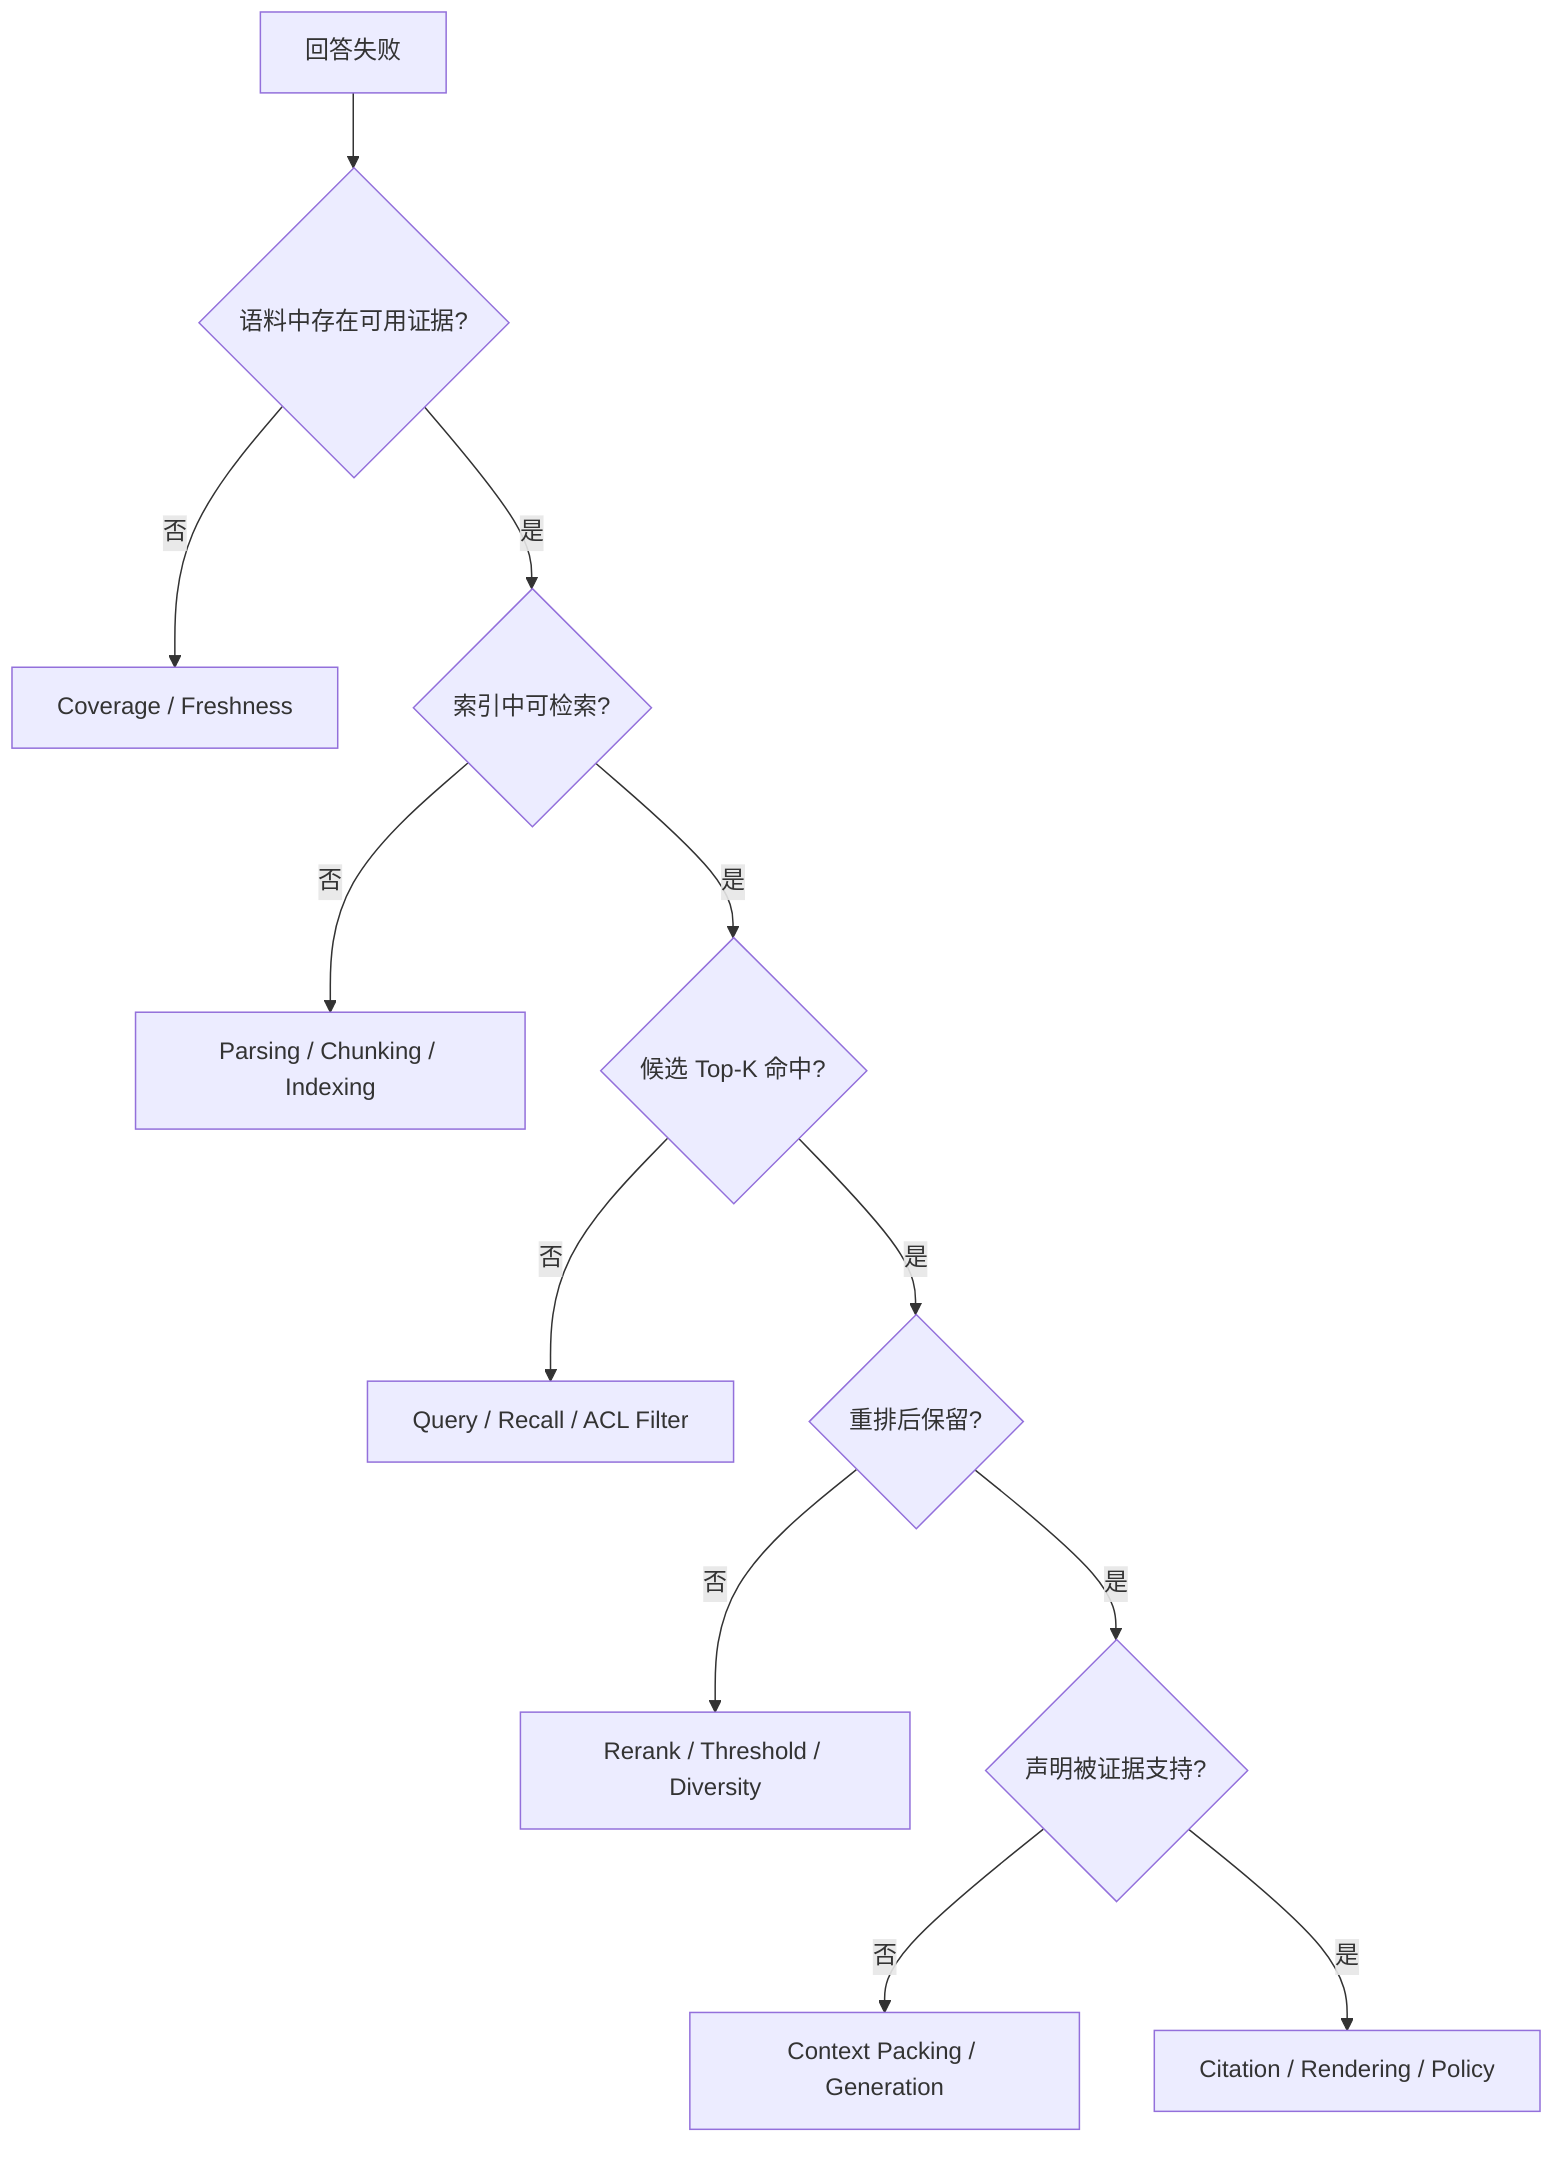
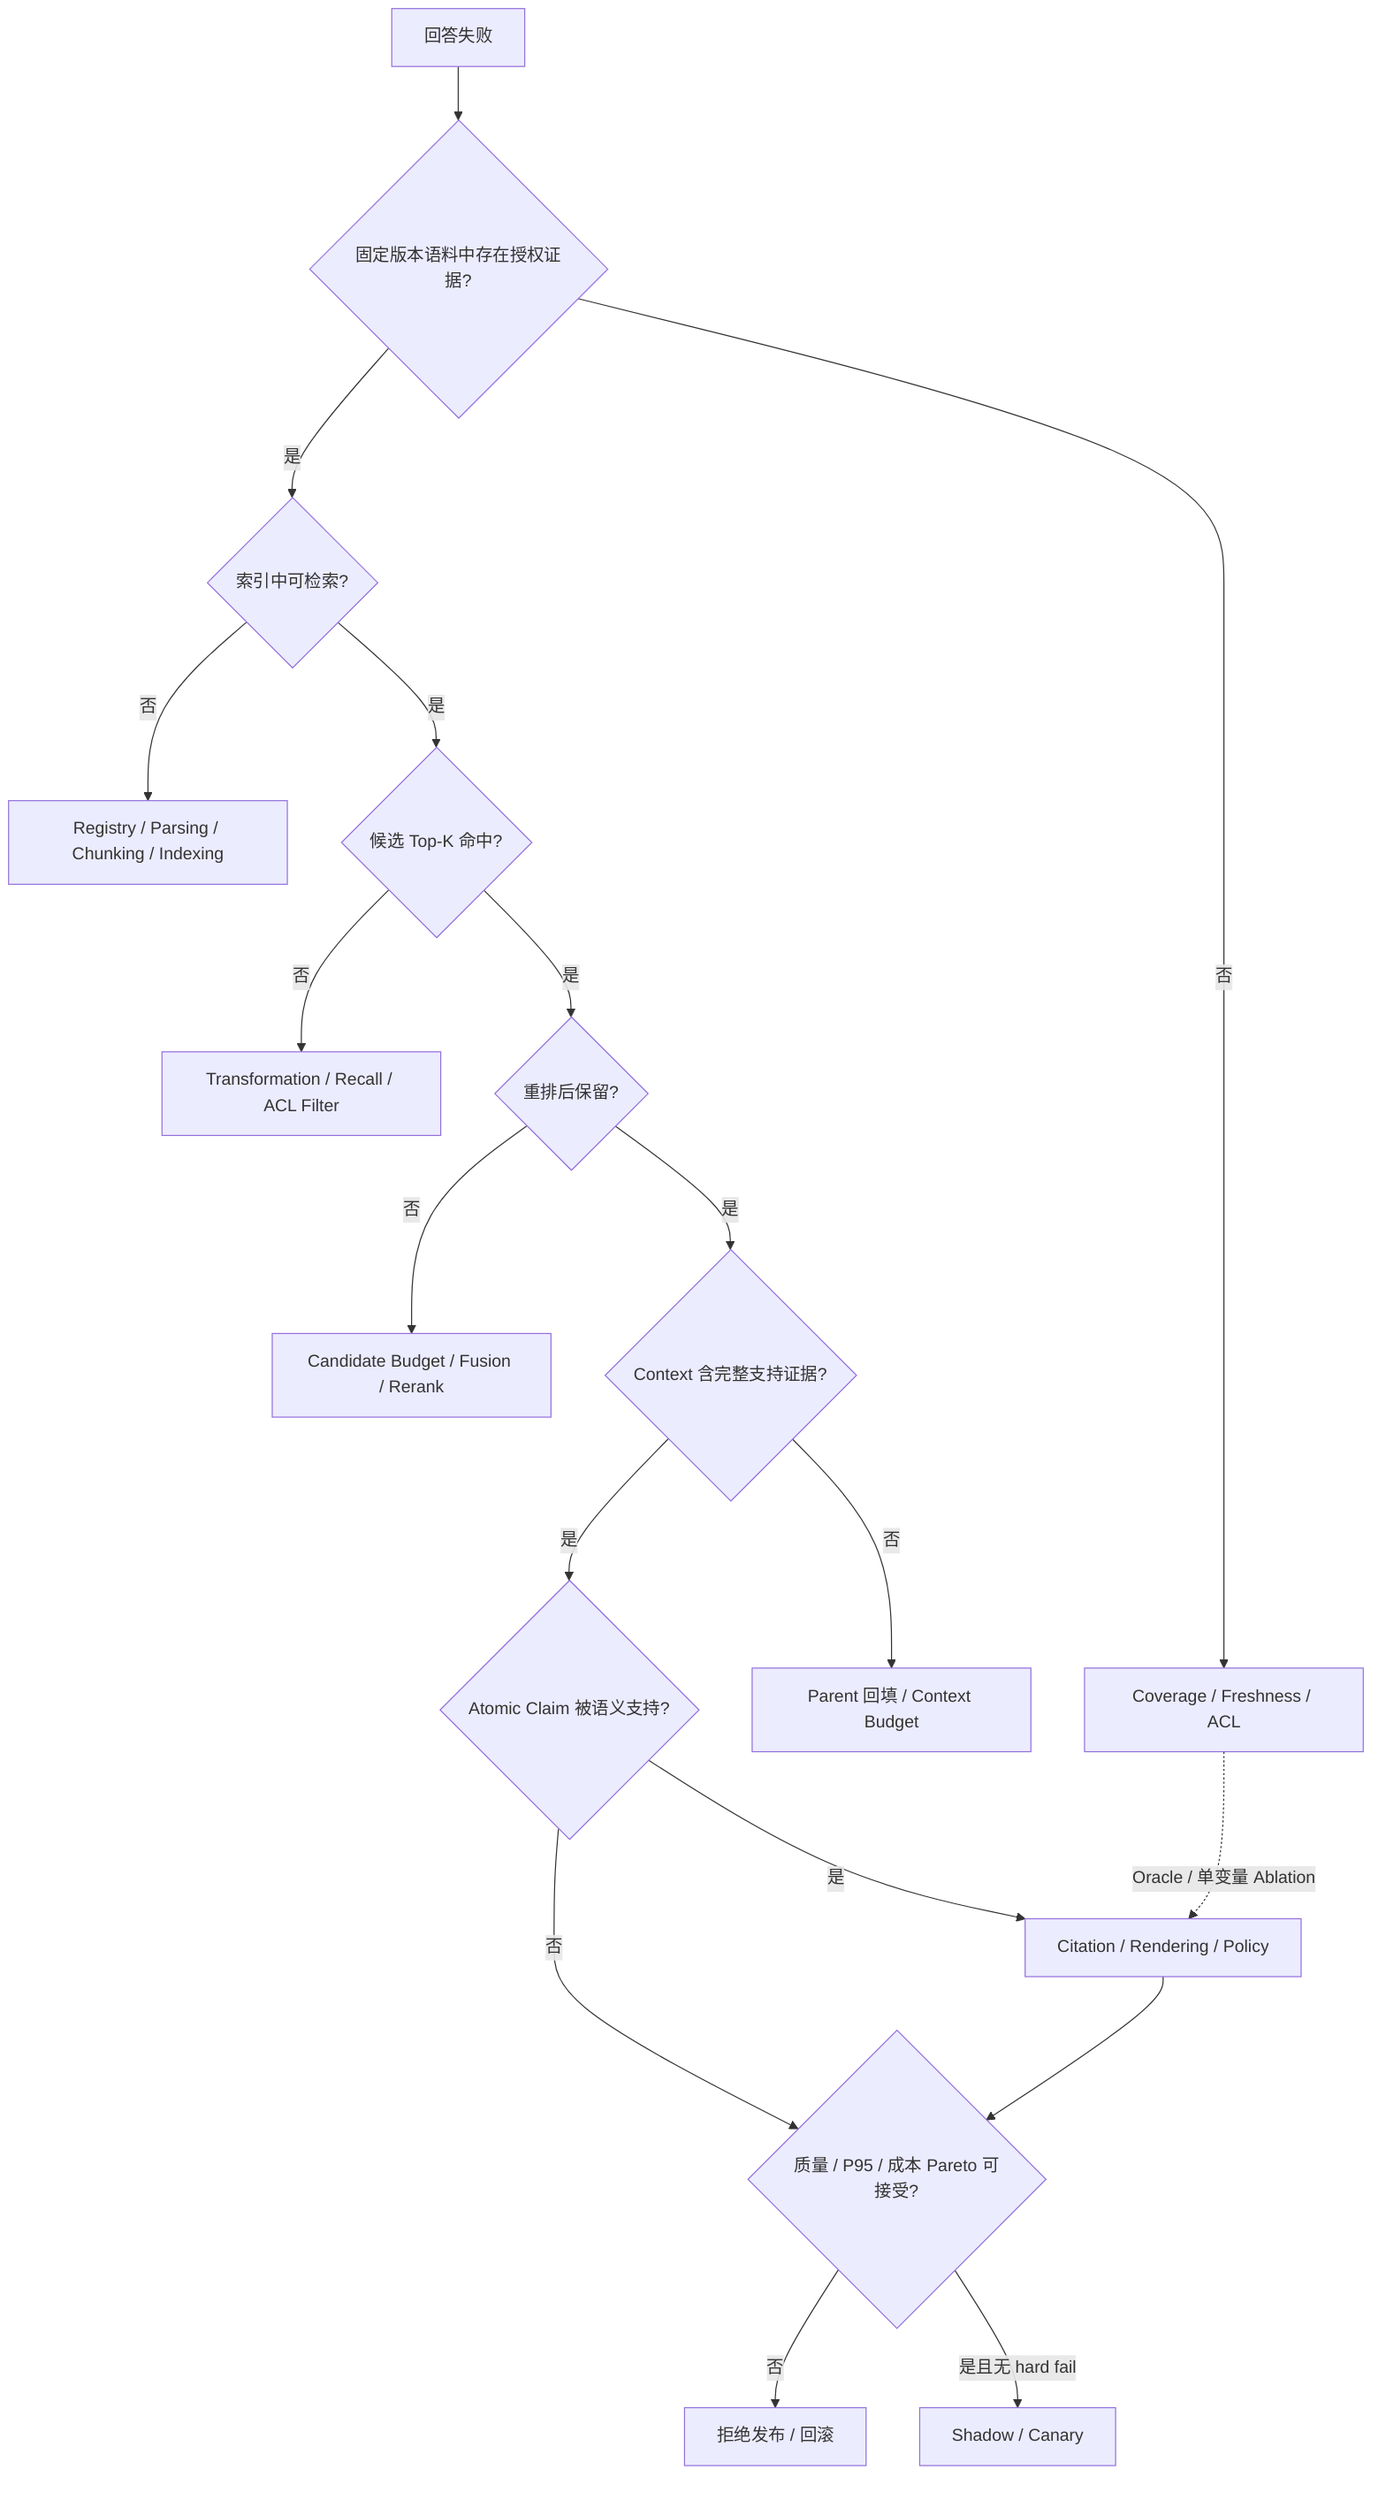
flowchart TD
-     F[回答失败] --> Q{语料中存在可用证据?}
-     Q -- 否 --> C[Coverage / Freshness]
+     F[回答失败] --> Q{固定版本语料中存在授权证据?}
+     Q -- 否 --> C[Coverage / Freshness / ACL]
    Q -- 是 --> I{索引中可检索?}
-     I -- 否 --> N[Parsing / Chunking / Indexing]
+     I -- 否 --> N[Registry / Parsing / Chunking / Indexing]
    I -- 是 --> R{候选 Top-K 命中?}
-     R -- 否 --> V[Query / Recall / ACL Filter]
+     R -- 否 --> V[Transformation / Recall / ACL Filter]
    R -- 是 --> K{重排后保留?}
-     K -- 否 --> E[Rerank / Threshold / Diversity]
-     K -- 是 --> G{声明被证据支持?}
-     G -- 否 --> A[Context Packing / Generation]
+     K -- 否 --> E[Candidate Budget / Fusion / Rerank]
+     K -- 是 --> B{Context 含完整支持证据?}
+     B -- 否 --> A[Parent 回填 / Context Budget]
+     B -- 是 --> G{Atomic Claim 被语义支持?}
+     G -- 否 --> P[Generation / Abstention]
    G -- 是 --> Z[Citation / Rendering / Policy]
+     C -. Oracle / 单变量 Ablation .-> Z
+     Z --> P{质量 / P95 / 成本 Pareto 可接受?}
+     P -- 否 --> H[拒绝发布 / 回滚]
+     P -- 是且无 hard fail --> S[Shadow / Canary]
